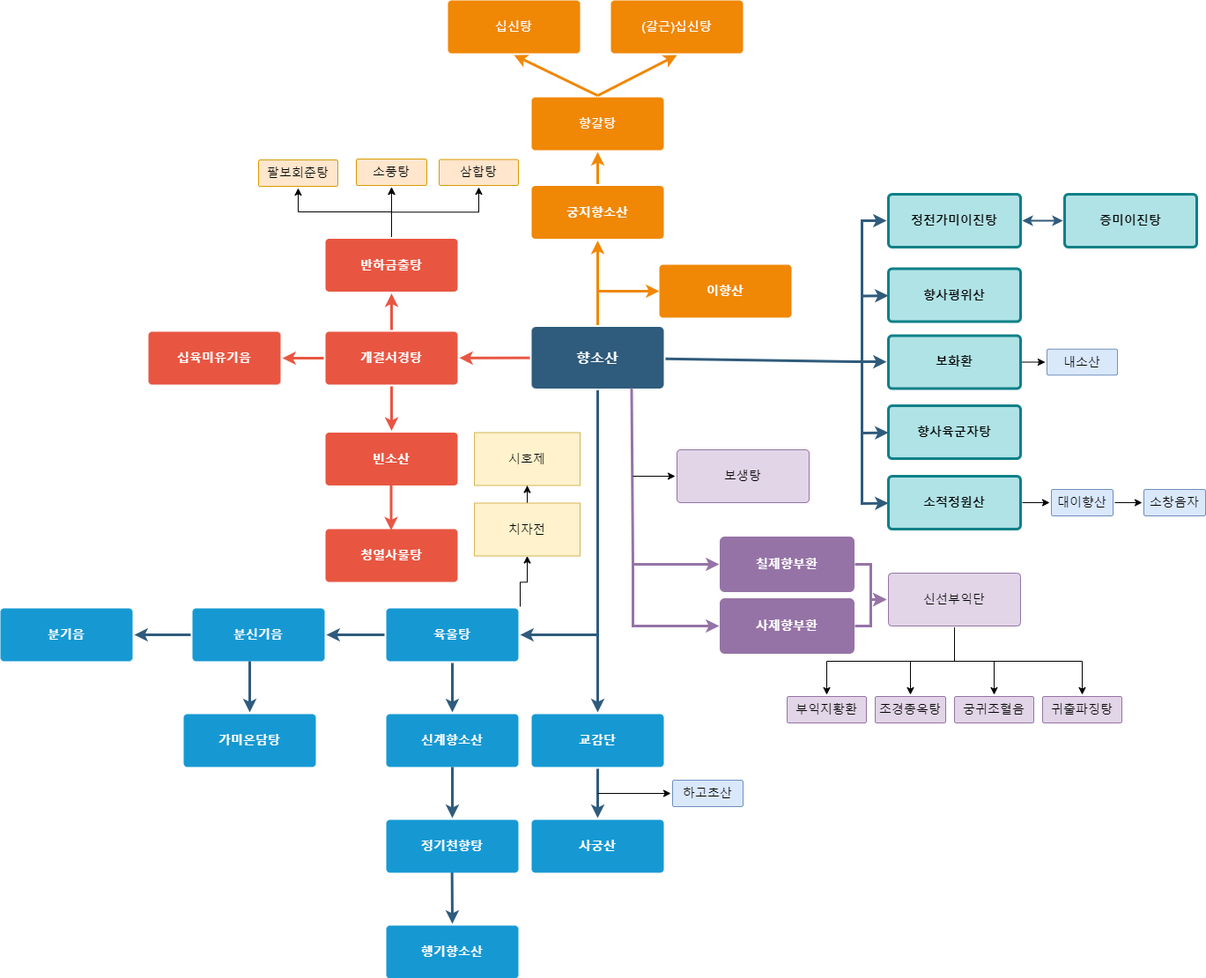
Jinzin71/sparta keeps this draw.io diagram as 향소산플로우차트.drawio.png. Above is the earlier version. Source tidied: cells renumbered, new cells last; positions are measured from the earlier drawing's top-left corner, leaving out a move shared by most shapes.
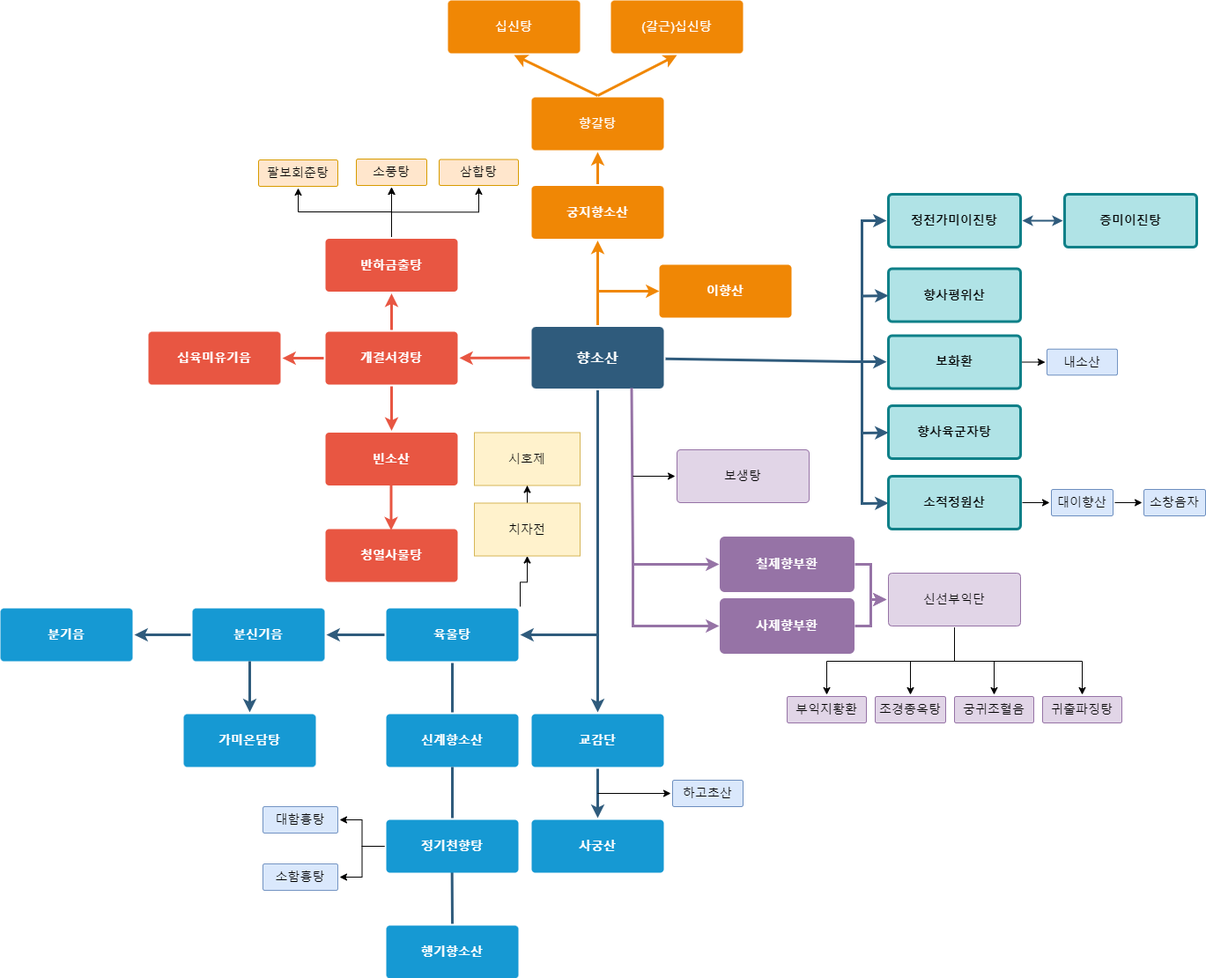
Above is the later version.

Commit message:
향소산플로우차트.drawio.png 업데이트

Diff of the diagram source:
```diff
@@ -153,10 +153,10 @@
         </Array>
       </mxGeometry>
     </mxCell>
-    <mxCell id="43" style="edgeStyle=none;rounded=0;jumpStyle=none;html=1;shadow=0;labelBackgroundColor=none;startArrow=none;startFill=0;endArrow=classic;endFill=1;jettySize=auto;strokeColor=#2F5B7C;strokeWidth=3;fontFamily=Helvetica;fontSize=14;fontColor=#FFFFFF;spacing=5;fillColor=#0050ef;entryX=0.5;entryY=0;entryDx=0;entryDy=0;exitX=0.5;exitY=1;exitDx=0;exitDy=0;" parent="1" edge="1" source="46" target="16">
+    <mxCell id="43" style="edgeStyle=none;rounded=0;jumpStyle=none;html=1;shadow=0;labelBackgroundColor=none;startArrow=none;startFill=0;endArrow=none;endFill=0;jettySize=auto;strokeColor=#2F5B7C;strokeWidth=3;fontFamily=Helvetica;fontSize=14;fontColor=#FFFFFF;spacing=5;fillColor=#0050ef;entryX=0.5;entryY=0;entryDx=0;entryDy=0;exitX=0.5;exitY=1;exitDx=0;exitDy=0;" parent="1" edge="1" source="46" target="16">
       <mxGeometry relative="1" as="geometry" />
     </mxCell>
-    <mxCell id="44" style="edgeStyle=none;rounded=0;jumpStyle=none;html=1;shadow=0;labelBackgroundColor=none;startArrow=none;startFill=0;endArrow=classic;endFill=1;jettySize=auto;strokeColor=#2F5B7C;strokeWidth=3;fontFamily=Helvetica;fontSize=14;fontColor=#FFFFFF;spacing=5;fillColor=#0050ef;entryX=0.5;entryY=0;entryDx=0;entryDy=0;" parent="1" edge="1" target="49">
+    <mxCell id="44" style="edgeStyle=none;rounded=0;jumpStyle=none;html=1;shadow=0;labelBackgroundColor=none;startArrow=none;startFill=0;endArrow=none;endFill=0;jettySize=auto;strokeColor=#2F5B7C;strokeWidth=3;fontFamily=Helvetica;fontSize=14;fontColor=#FFFFFF;spacing=5;fillColor=#0050ef;entryX=0.5;entryY=0;entryDx=0;entryDy=0;" parent="1" edge="1" target="49">
       <mxGeometry relative="1" as="geometry">
         <mxPoint x="513" y="870" as="sourcePoint" />
       </mxGeometry>
@@ -167,7 +167,7 @@
     <mxCell id="46" value="육울탕" style="rounded=1;whiteSpace=wrap;html=1;shadow=0;labelBackgroundColor=none;strokeColor=none;strokeWidth=3;fillColor=#1699d3;fontFamily=Helvetica;fontSize=14;fontColor=#FFFFFF;align=center;spacing=5;fontStyle=1;arcSize=7;perimeterSpacing=2;" parent="1" vertex="1">
       <mxGeometry x="438" y="690" width="150" height="60" as="geometry" />
     </mxCell>
-    <mxCell id="47" style="edgeStyle=none;rounded=0;jumpStyle=none;html=1;shadow=0;labelBackgroundColor=none;startArrow=none;startFill=0;endArrow=classic;endFill=1;jettySize=auto;strokeColor=#2F5B7C;strokeWidth=3;fontFamily=Helvetica;fontSize=14;fontColor=#FFFFFF;spacing=5;fillColor=#0050ef;entryX=0.5;entryY=0;entryDx=0;entryDy=0;exitX=0.5;exitY=1;exitDx=0;exitDy=0;" parent="1" edge="1" target="48">
+    <mxCell id="47" style="edgeStyle=none;rounded=0;jumpStyle=none;html=1;shadow=0;labelBackgroundColor=none;startArrow=none;startFill=0;endArrow=none;endFill=0;jettySize=auto;strokeColor=#2F5B7C;strokeWidth=3;fontFamily=Helvetica;fontSize=14;fontColor=#FFFFFF;spacing=5;fillColor=#0050ef;entryX=0.5;entryY=0;entryDx=0;entryDy=0;exitX=0.5;exitY=1;exitDx=0;exitDy=0;" parent="1" edge="1" target="48">
       <mxGeometry relative="1" as="geometry">
         <mxPoint x="512.5" y="960" as="sourcePoint" />
       </mxGeometry>
@@ -175,6 +175,12 @@
     <mxCell id="48" value="행기향소산" style="rounded=1;whiteSpace=wrap;html=1;shadow=0;labelBackgroundColor=none;strokeColor=none;strokeWidth=3;fillColor=#1699d3;fontFamily=Helvetica;fontSize=14;fontColor=#FFFFFF;align=center;spacing=5;fontStyle=1;arcSize=7;perimeterSpacing=2;" parent="1" vertex="1">
       <mxGeometry x="438" y="1050" width="150" height="60" as="geometry" />
     </mxCell>
+    <mxCell id="90" style="edgeStyle=orthogonalEdgeStyle;rounded=0;jettySize=auto;html=1;" parent="1" edge="1" source="49" target="92">
+      <mxGeometry relative="1" as="geometry" />
+    </mxCell>
+    <mxCell id="91" style="edgeStyle=orthogonalEdgeStyle;rounded=0;jettySize=auto;html=1;" parent="1" edge="1" source="49" target="93">
+      <mxGeometry relative="1" as="geometry" />
+    </mxCell>
     <mxCell id="49" value="정기천향탕" style="rounded=1;whiteSpace=wrap;html=1;shadow=0;labelBackgroundColor=none;strokeColor=none;strokeWidth=3;fillColor=#1699d3;fontFamily=Helvetica;fontSize=14;fontColor=#FFFFFF;align=center;spacing=5;fontStyle=1;arcSize=7;perimeterSpacing=2;" parent="1" vertex="1">
       <mxGeometry x="438" y="930" width="150" height="60" as="geometry" />
     </mxCell>
@@ -359,5 +365,11 @@
     <mxCell id="89" value="&lt;span style=&quot;font-weight: normal;&quot;&gt;삼합탕&lt;/span&gt;" style="rounded=1;whiteSpace=wrap;html=1;shadow=0;labelBackgroundColor=none;strokeWidth=1;fontFamily=Helvetica;fontSize=14;align=center;spacing=5;fontStyle=1;arcSize=7;perimeterSpacing=2;fillColor=#ffe6cc;strokeColor=#d79b00;fillStyle=auto;" parent="1" vertex="1">
       <mxGeometry x="498" y="180.5" width="90" height="29.5" as="geometry" />
     </mxCell>
+    <mxCell id="92" value="대함흉탕" style="rounded=1;whiteSpace=wrap;html=1;shadow=0;labelBackgroundColor=none;strokeColor=#6c8ebf;strokeWidth=1;fillColor=#dae8fc;fontFamily=Helvetica;fontSize=14;align=center;spacing=5;fontStyle=0;arcSize=7;perimeterSpacing=2;" parent="1" vertex="1">
+      <mxGeometry x="298" y="915" width="85" height="30" as="geometry" />
+    </mxCell>
+    <mxCell id="93" value="소함흉탕" style="rounded=1;whiteSpace=wrap;html=1;shadow=0;labelBackgroundColor=none;strokeColor=#6c8ebf;strokeWidth=1;fillColor=#dae8fc;fontFamily=Helvetica;fontSize=14;align=center;spacing=5;fontStyle=0;arcSize=7;perimeterSpacing=2;" parent="1" vertex="1">
+      <mxGeometry x="298" y="980" width="85" height="30" as="geometry" />
+    </mxCell>
   </root>
 </mxGraphModel>
```
